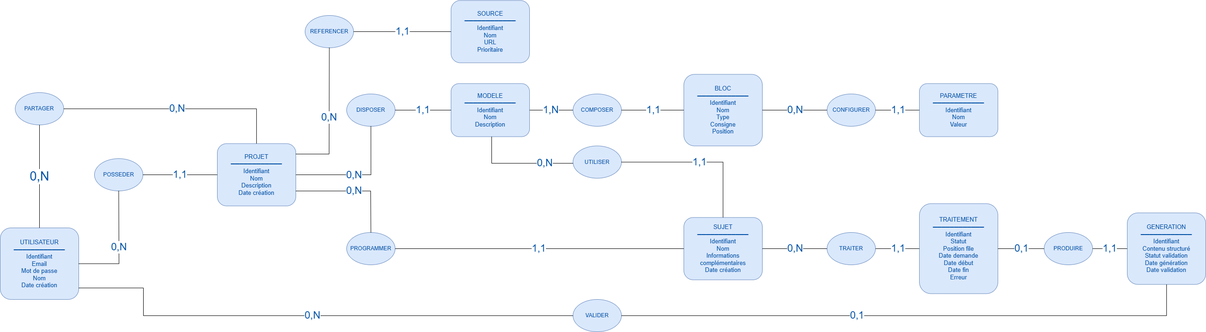
LaMonaLisa34/Alinea keeps this draw.io diagram as docs/modelisation/mcd.png. Above is the earlier version. Source tidied: cells renumbered, new cells last; positions are measured from the earlier drawing's top-left corner, leaving out a move shared by most shapes.
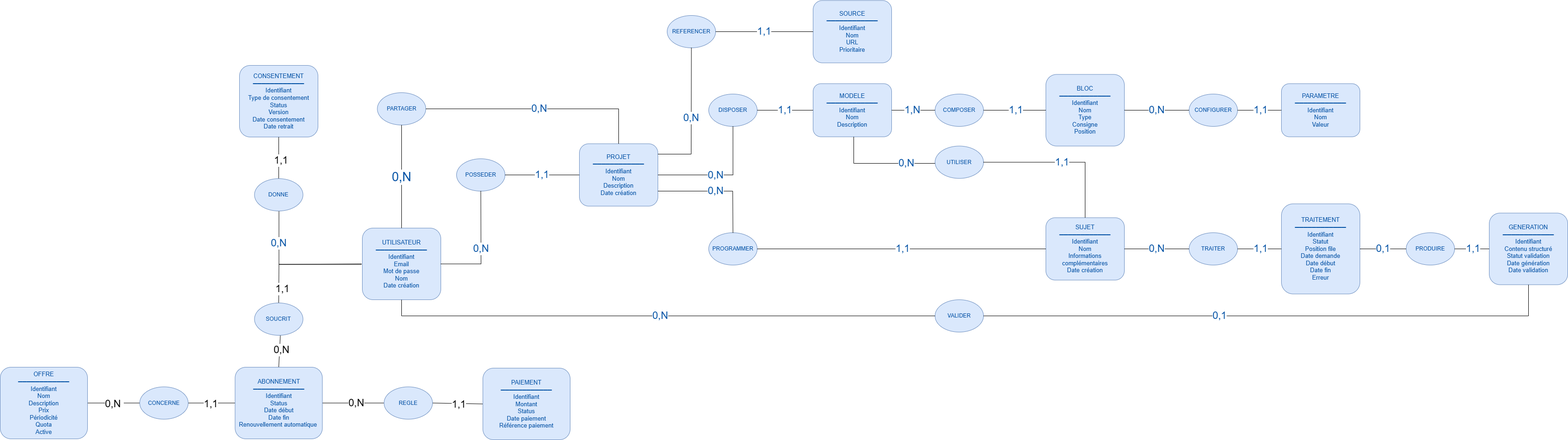
The same diagram one commit later.

What changed in the source:
```diff
@@ -81,8 +81,7 @@
     <mxCell id="26" value="&lt;font style=&quot;font-size: 22px;&quot;&gt;0,N&lt;/font&gt;" style="edgeStyle=orthogonalEdgeStyle;rounded=0;jettySize=auto;html=1;endArrow=none;startArrow=none;fontSize=11;fontColor=#0050a4;labelBackgroundColor=#ffffff;" parent="1" edge="1" source="2" target="13">
       <mxGeometry relative="1" as="geometry">
         <Array as="points">
-          <mxPoint x="310" y="622" />
-          <mxPoint x="310" y="682" />
+          <mxPoint x="85" y="682" />
         </Array>
       </mxGeometry>
     </mxCell>
@@ -152,5 +151,94 @@
     <mxCell id="43" value="&lt;font style=&quot;font-size: 22px;&quot;&gt;1,1&lt;/font&gt;" style="edgeStyle=orthogonalEdgeStyle;rounded=0;jettySize=auto;html=1;endArrow=none;startArrow=none;fontSize=11;fontColor=#0050a4;labelBackgroundColor=#ffffff;" parent="1" edge="1" source="21" target="10">
       <mxGeometry relative="1" as="geometry" />
     </mxCell>
+    <mxCell id="44" style="edgeStyle=none;html=1;entryX=0.5;entryY=0;entryDx=0;entryDy=0;endArrow=none;endFill=0;rounded=0;curved=0;" parent="1" edge="1" target="53">
+      <mxGeometry relative="1" as="geometry">
+        <mxPoint x="-1.5" y="570.5" as="sourcePoint" />
+        <Array as="points">
+          <mxPoint x="-180.5" y="570.5" />
+        </Array>
+      </mxGeometry>
+    </mxCell>
+    <mxCell id="45" value="&lt;font style=&quot;font-size: 22px;&quot;&gt;1,1&lt;/font&gt;" style="edgeLabel;html=1;align=center;verticalAlign=middle;" parent="44" vertex="1">
+      <mxGeometry x="0.74" y="5" relative="1" as="geometry" />
+    </mxCell>
+    <mxCell id="46" value="CONSENTEMENT&lt;br&gt;────────────&lt;br&gt;Identifiant&lt;br&gt;Type de consentement&lt;br&gt;Status&lt;br&gt;Version&lt;br&gt;Date consentement&lt;div&gt;&lt;span style=&quot;color: rgb(0, 80, 164);&quot;&gt;Date retrait&lt;/span&gt;&lt;br style=&quot;color: rgb(63, 63, 63); scrollbar-color: rgb(226, 226, 226) rgb(251, 251, 251);&quot;&gt;&lt;/div&gt;" style="rounded=1;whiteSpace=wrap;html=1;fillColor=#dae8fc;strokeColor=#6c8ebf;fontColor=#0050a4;fontSize=13;align=center;" parent="1" vertex="1">
+      <mxGeometry x="-266" y="140" width="170" height="155" as="geometry" />
+    </mxCell>
+    <mxCell id="47" value="&lt;font style=&quot;font-size: 22px;&quot;&gt;0,N&lt;/font&gt;" style="edgeStyle=orthogonalEdgeStyle;rounded=0;jettySize=auto;html=1;endArrow=none;startArrow=none;fontSize=11;fontColor=#0050a4;labelBackgroundColor=#ffffff;exitX=0;exitY=0.5;exitDx=0;exitDy=0;entryX=0.5;entryY=1;entryDx=0;entryDy=0;" parent="1" edge="1" target="50">
+      <mxGeometry x="0.28" y="1" relative="1" as="geometry">
+        <mxPoint x="-1.5" y="569.5" as="sourcePoint" />
+        <Array as="points">
+          <mxPoint x="-180.5" y="570.5" />
+          <mxPoint x="-180.5" y="428.5" />
+          <mxPoint x="-180.5" y="428.5" />
+        </Array>
+      </mxGeometry>
+    </mxCell>
+    <mxCell id="48" style="edgeStyle=none;html=1;entryX=0.5;entryY=1;entryDx=0;entryDy=0;rounded=0;curved=0;endArrow=none;endFill=0;" parent="1" edge="1" source="50" target="46">
+      <mxGeometry relative="1" as="geometry" />
+    </mxCell>
+    <mxCell id="49" value="&lt;font style=&quot;font-size: 22px;&quot;&gt;1,1&lt;/font&gt;" style="edgeLabel;html=1;align=center;verticalAlign=middle;" parent="48" vertex="1">
+      <mxGeometry x="-0.1" y="-3" relative="1" as="geometry">
+        <mxPoint y="-1" as="offset" />
+      </mxGeometry>
+    </mxCell>
+    <mxCell id="50" value="DONNE" style="ellipse;whiteSpace=wrap;html=1;fillColor=#dae8fc;strokeColor=#6c8ebf;fontColor=#0050a4;fontSize=12;" parent="1" vertex="1">
+      <mxGeometry x="-233.5" y="385" width="105" height="70" as="geometry" />
+    </mxCell>
+    <mxCell id="51" style="edgeStyle=none;html=1;entryX=0.5;entryY=0;entryDx=0;entryDy=0;endArrow=none;endFill=0;" parent="1" edge="1" source="53" target="58">
+      <mxGeometry relative="1" as="geometry" />
+    </mxCell>
+    <mxCell id="52" value="&lt;font style=&quot;font-size: 22px;&quot;&gt;0,N&lt;/font&gt;" style="edgeLabel;html=1;align=center;verticalAlign=middle;" parent="51" vertex="1">
+      <mxGeometry x="-0.07" y="2" relative="1" as="geometry" />
+    </mxCell>
+    <mxCell id="53" value="SOUCRIT" style="ellipse;whiteSpace=wrap;html=1;fillColor=#dae8fc;strokeColor=#6c8ebf;fontColor=#0050a4;fontSize=12;" parent="1" vertex="1">
+      <mxGeometry x="-233.5" y="654" width="105" height="70" as="geometry" />
+    </mxCell>
+    <mxCell id="54" style="edgeStyle=none;html=1;endArrow=none;endFill=0;" parent="1" edge="1" source="58">
+      <mxGeometry relative="1" as="geometry">
+        <mxPoint x="45.9" y="870.5" as="targetPoint" />
+      </mxGeometry>
+    </mxCell>
+    <mxCell id="55" value="&lt;font style=&quot;font-size: 22px;&quot;&gt;0,N&lt;/font&gt;" style="edgeLabel;html=1;align=center;verticalAlign=middle;" parent="54" vertex="1">
+      <mxGeometry x="0.03" y="2" relative="1" as="geometry">
+        <mxPoint x="1" as="offset" />
+      </mxGeometry>
+    </mxCell>
+    <mxCell id="56" style="edgeStyle=none;html=1;exitX=0;exitY=0.5;exitDx=0;exitDy=0;entryX=1;entryY=0.5;entryDx=0;entryDy=0;endArrow=none;endFill=0;" parent="1" edge="1" source="58" target="65">
+      <mxGeometry relative="1" as="geometry" />
+    </mxCell>
+    <mxCell id="57" value="&lt;font style=&quot;font-size: 22px;&quot;&gt;1,1&lt;/font&gt;" style="edgeLabel;html=1;align=center;verticalAlign=middle;" parent="56" vertex="1">
+      <mxGeometry x="0.1" relative="1" as="geometry" />
+    </mxCell>
+    <mxCell id="58" value="ABONNEMENT&lt;br&gt;────────────&lt;br&gt;Identifiant&lt;br&gt;Status&lt;br&gt;Date début&lt;div&gt;&lt;span style=&quot;color: rgb(0, 80, 164);&quot;&gt;Date fin&lt;/span&gt;&lt;br style=&quot;color: rgb(63, 63, 63); scrollbar-color: rgb(226, 226, 226) rgb(251, 251, 251);&quot;&gt;&lt;/div&gt;&lt;div&gt;&lt;span style=&quot;color: rgb(0, 80, 164);&quot;&gt;&lt;span style=&quot;color: rgb(0, 80, 164);&quot;&gt;Renouvellement automatique&amp;nbsp;&lt;/span&gt;&lt;br style=&quot;color: rgb(63, 63, 63); scrollbar-color: rgb(226, 226, 226) rgb(251, 251, 251);&quot;&gt;&lt;/span&gt;&lt;/div&gt;" style="rounded=1;whiteSpace=wrap;html=1;fillColor=#dae8fc;strokeColor=#6c8ebf;fontColor=#0050a4;fontSize=13;align=center;" parent="1" vertex="1">
+      <mxGeometry x="-275.5" y="793" width="189" height="155" as="geometry" />
+    </mxCell>
+    <mxCell id="59" style="edgeStyle=none;html=1;entryX=0;entryY=0.5;entryDx=0;entryDy=0;endArrow=none;endFill=0;" parent="1" edge="1" source="61" target="62">
+      <mxGeometry relative="1" as="geometry" />
+    </mxCell>
+    <mxCell id="60" value="&lt;font style=&quot;font-size: 22px;&quot;&gt;1,1&lt;/font&gt;" style="edgeLabel;html=1;align=center;verticalAlign=middle;" parent="59" vertex="1">
+      <mxGeometry x="0.03" relative="1" as="geometry" />
+    </mxCell>
+    <mxCell id="61" value="REGLE" style="ellipse;whiteSpace=wrap;html=1;fillColor=#dae8fc;strokeColor=#6c8ebf;fontColor=#0050a4;fontSize=12;" parent="1" vertex="1">
+      <mxGeometry x="47" y="835.5" width="105" height="70" as="geometry" />
+    </mxCell>
+    <mxCell id="62" value="PAIEMENT&lt;br&gt;────────────&lt;br&gt;Identifiant&lt;br&gt;Montant&lt;br&gt;&lt;div&gt;&lt;span style=&quot;color: rgb(0, 80, 164);&quot;&gt;Status&lt;/span&gt;&lt;/div&gt;&lt;div&gt;&lt;span style=&quot;color: rgb(0, 80, 164);&quot;&gt;Date paiement&lt;/span&gt;&lt;br style=&quot;color: rgb(63, 63, 63); scrollbar-color: rgb(226, 226, 226) rgb(251, 251, 251);&quot;&gt;&lt;/div&gt;&lt;div&gt;&lt;span style=&quot;color: rgb(0, 80, 164);&quot;&gt;&lt;span style=&quot;color: rgb(0, 80, 164);&quot;&gt;Référence paiement&lt;/span&gt;&lt;br style=&quot;color: rgb(63, 63, 63); scrollbar-color: rgb(226, 226, 226) rgb(251, 251, 251);&quot;&gt;&lt;/span&gt;&lt;/div&gt;" style="rounded=1;whiteSpace=wrap;html=1;fillColor=#dae8fc;strokeColor=#6c8ebf;fontColor=#0050a4;fontSize=13;align=center;" parent="1" vertex="1">
+      <mxGeometry x="261" y="795" width="189" height="155" as="geometry" />
+    </mxCell>
+    <mxCell id="63" style="edgeStyle=none;html=1;entryX=1;entryY=0.5;entryDx=0;entryDy=0;endArrow=none;endFill=0;" parent="1" edge="1" source="65" target="66">
+      <mxGeometry relative="1" as="geometry" />
+    </mxCell>
+    <mxCell id="64" value="&lt;font style=&quot;font-size: 22px;&quot;&gt;0,N&amp;nbsp;&lt;/font&gt;" style="edgeLabel;html=1;align=center;verticalAlign=middle;" parent="63" vertex="1">
+      <mxGeometry x="0.14" y="1" relative="1" as="geometry">
+        <mxPoint x="7" y="-1" as="offset" />
+      </mxGeometry>
+    </mxCell>
+    <mxCell id="65" value="CONCERNE" style="ellipse;whiteSpace=wrap;html=1;fillColor=#dae8fc;strokeColor=#6c8ebf;fontColor=#0050a4;fontSize=12;" parent="1" vertex="1">
+      <mxGeometry x="-482" y="835.5" width="105" height="70" as="geometry" />
+    </mxCell>
+    <mxCell id="66" value="OFFRE&lt;br&gt;────────────&lt;br&gt;Identifiant&lt;br&gt;Nom&lt;br&gt;&lt;div&gt;&lt;span style=&quot;color: rgb(0, 80, 164);&quot;&gt;Description&lt;/span&gt;&lt;/div&gt;&lt;div&gt;&lt;span style=&quot;color: rgb(0, 80, 164);&quot;&gt;Prix&lt;/span&gt;&lt;br style=&quot;color: rgb(63, 63, 63); scrollbar-color: rgb(226, 226, 226) rgb(251, 251, 251);&quot;&gt;&lt;/div&gt;&lt;div&gt;&lt;span style=&quot;color: rgb(0, 80, 164);&quot;&gt;Périodicité&lt;/span&gt;&lt;/div&gt;&lt;div&gt;&lt;span style=&quot;color: rgb(0, 80, 164);&quot;&gt;Quota&lt;/span&gt;&lt;/div&gt;&lt;div&gt;&lt;span style=&quot;color: rgb(0, 80, 164);&quot;&gt;Active&lt;/span&gt;&lt;/div&gt;" style="rounded=1;whiteSpace=wrap;html=1;fillColor=#dae8fc;strokeColor=#6c8ebf;fontColor=#0050a4;fontSize=13;align=center;" parent="1" vertex="1">
+      <mxGeometry x="-784" y="793" width="189" height="155" as="geometry" />
+    </mxCell>
   </root>
 </mxGraphModel>
```
